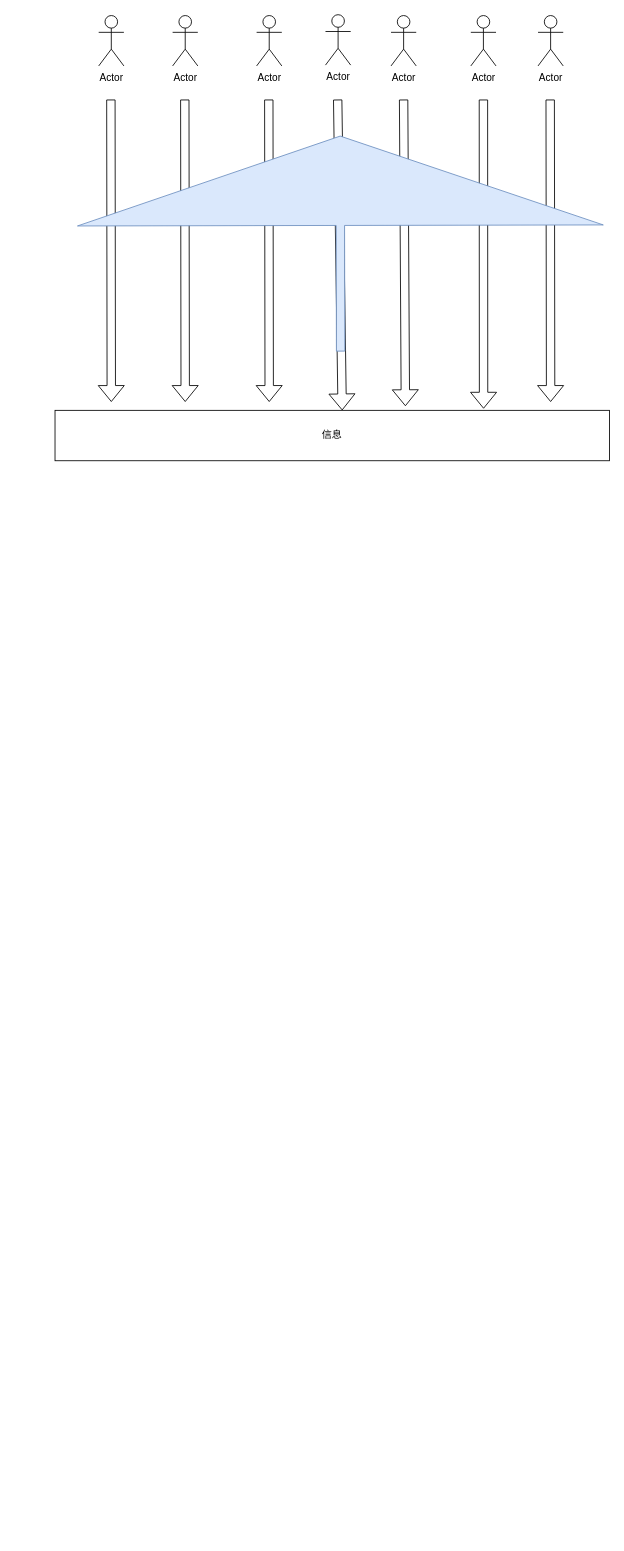
Above: page "信息交互流程" (6 of 6) of snail_process.drawio in cpu6660/knight (draw.io), before the change. Source tidied: cells renumbered, new cells numbered last; positions are measured from the earlier drawing's top-left corner, leaving out a move shared by most shapes. Both pictures are drawn from the tidied source at 84%, with x=0, y=0 at pixel (55, 14).
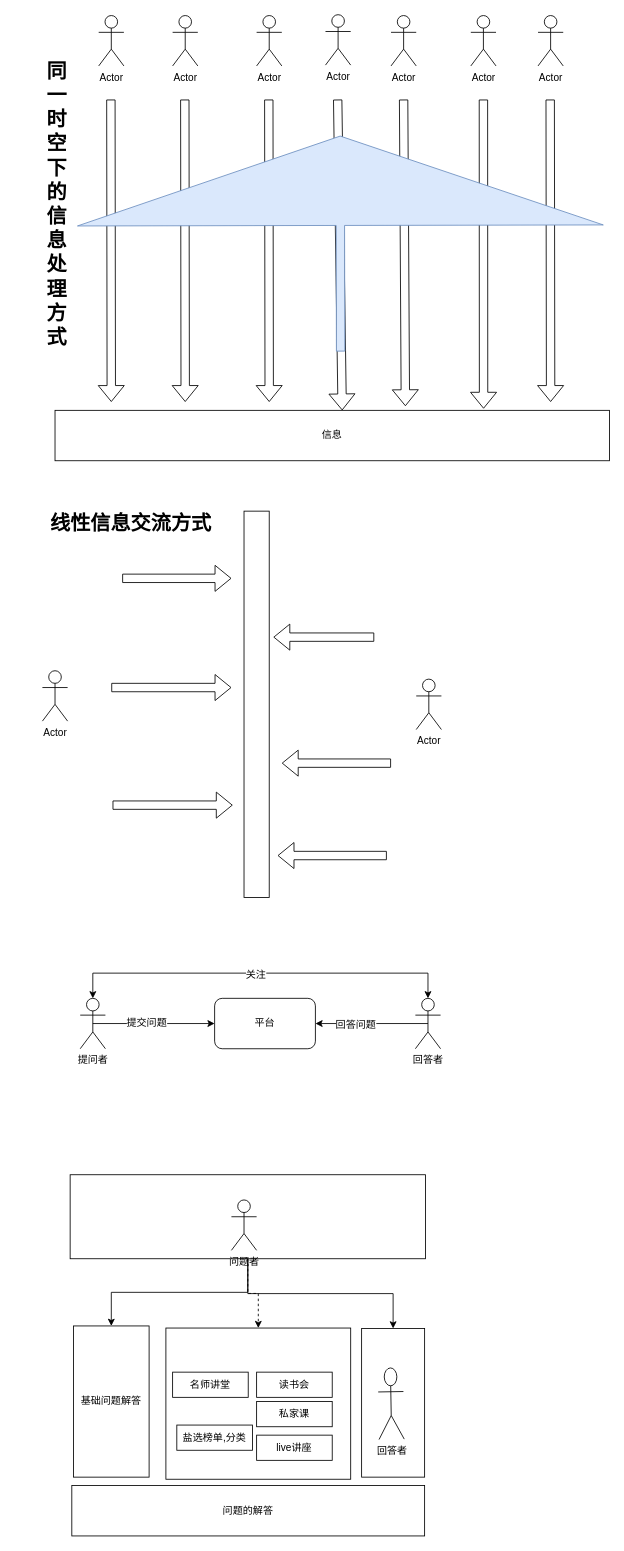
The same diagram, later.

Change to the diagram source:
```diff
@@
+    <mxCell id="18" value="同&lt;br&gt;一&lt;br&gt;时&lt;br&gt;空&lt;br&gt;下&lt;br&gt;的&lt;br&gt;信&lt;br&gt;息&lt;br&gt;处&lt;br&gt;理&lt;br&gt;方&lt;br&gt;式&lt;br&gt;" style="text;strokeColor=none;fillColor=none;html=1;fontSize=24;fontStyle=1;verticalAlign=middle;align=center;rounded=0;shadow=0;startSize=20;" parent="1" vertex="1">
+      <mxGeometry x="-48" y="1" width="100" height="450" as="geometry" />
+    </mxCell>
+    <mxCell id="19" value="Actor" style="shape=umlActor;verticalLabelPosition=bottom;labelBackgroundColor=#ffffff;verticalAlign=top;html=1;rounded=0;shadow=0;startSize=20;fillColor=none;" parent="1" vertex="1">
+      <mxGeometry x="-15" y="781" width="30" height="60" as="geometry" />
+    </mxCell>
+    <mxCell id="20" value="Actor" style="shape=umlActor;verticalLabelPosition=bottom;labelBackgroundColor=#ffffff;verticalAlign=top;html=1;rounded=0;shadow=0;startSize=20;fillColor=none;" parent="1" vertex="1">
+      <mxGeometry x="430" y="791" width="30" height="60" as="geometry" />
+    </mxCell>
+    <mxCell id="21" style="rounded=0;whiteSpace=wrap;html=1;shadow=0;startSize=20;fillColor=none;" parent="1" vertex="1">
+      <mxGeometry x="225" y="591" width="30" height="460" as="geometry" />
+    </mxCell>
+    <mxCell id="22" style="shape=flexArrow;endArrow=classic;html=1;" parent="1" edge="1">
+      <mxGeometry relative="1" as="geometry">
+        <mxPoint x="80" y="671" as="sourcePoint" />
+        <mxPoint x="210" y="671" as="targetPoint" />
+      </mxGeometry>
+    </mxCell>
+    <mxCell id="23" style="shape=flexArrow;endArrow=classic;html=1;" parent="1" edge="1">
+      <mxGeometry relative="1" as="geometry">
+        <mxPoint x="380" y="741" as="sourcePoint" />
+        <mxPoint x="260" y="741" as="targetPoint" />
+      </mxGeometry>
+    </mxCell>
+    <mxCell id="24" style="shape=flexArrow;endArrow=classic;html=1;" parent="1" edge="1">
+      <mxGeometry relative="1" as="geometry">
+        <mxPoint x="67" y="801" as="sourcePoint" />
+        <mxPoint x="210" y="801" as="targetPoint" />
+      </mxGeometry>
+    </mxCell>
+    <mxCell id="25" style="shape=flexArrow;endArrow=classic;html=1;" parent="1" edge="1">
+      <mxGeometry relative="1" as="geometry">
+        <mxPoint x="400" y="891" as="sourcePoint" />
+        <mxPoint x="270" y="891" as="targetPoint" />
+      </mxGeometry>
+    </mxCell>
+    <mxCell id="26" style="shape=flexArrow;endArrow=classic;html=1;" parent="1" edge="1">
+      <mxGeometry relative="1" as="geometry">
+        <mxPoint x="68.5" y="941" as="sourcePoint" />
+        <mxPoint x="211.5" y="941" as="targetPoint" />
+      </mxGeometry>
+    </mxCell>
+    <mxCell id="27" style="shape=flexArrow;endArrow=classic;html=1;" parent="1" edge="1">
+      <mxGeometry relative="1" as="geometry">
+        <mxPoint x="395" y="1001" as="sourcePoint" />
+        <mxPoint x="265" y="1001" as="targetPoint" />
+      </mxGeometry>
+    </mxCell>
+    <mxCell id="28" value="线性信息交流方式" style="text;strokeColor=none;fillColor=none;html=1;fontSize=24;fontStyle=1;verticalAlign=middle;align=center;rounded=0;shadow=0;startSize=20;" parent="1" vertex="1">
+      <mxGeometry x="-10" y="586" width="200" height="40" as="geometry" />
+    </mxCell>
+    <mxCell id="29" style="edgeStyle=orthogonalEdgeStyle;rounded=0;jumpStyle=sharp;jumpSize=10;jettySize=auto;html=1;exitX=0.5;exitY=0.5;exitDx=0;exitDy=0;exitPerimeter=0;startArrow=none;startFill=0;" parent="1" edge="1" source="33" target="34">
+      <mxGeometry relative="1" as="geometry" />
+    </mxCell>
+    <mxCell id="30" value="提交问题" style="text;html=1;align=center;verticalAlign=middle;labelBackgroundColor=#ffffff;" parent="29" vertex="1">
+      <mxGeometry x="-0.13" y="2" relative="1" as="geometry" />
+    </mxCell>
+    <mxCell id="31" style="edgeStyle=orthogonalEdgeStyle;rounded=0;jumpStyle=sharp;jumpSize=10;jettySize=auto;html=1;exitX=0.5;exitY=0;exitDx=0;exitDy=0;exitPerimeter=0;entryX=0.5;entryY=0;entryDx=0;entryDy=0;entryPerimeter=0;startArrow=classic;startFill=1;" parent="1" edge="1" source="33" target="37">
+      <mxGeometry relative="1" as="geometry">
+        <Array as="points">
+          <mxPoint x="45" y="1141" />
+          <mxPoint x="444" y="1141" />
+        </Array>
+      </mxGeometry>
+    </mxCell>
+    <mxCell id="32" value="关注" style="text;html=1;align=center;verticalAlign=middle;labelBackgroundColor=#ffffff;" parent="31" vertex="1">
+      <mxGeometry x="-0.03" y="-1" relative="1" as="geometry" />
+    </mxCell>
+    <mxCell id="33" value="提问者" style="shape=umlActor;verticalLabelPosition=bottom;labelBackgroundColor=#ffffff;verticalAlign=top;html=1;outlineConnect=0;rounded=0;shadow=0;startSize=20;fillColor=none;" parent="1" vertex="1">
+      <mxGeometry x="30" y="1171" width="30" height="60" as="geometry" />
+    </mxCell>
+    <mxCell id="34" value="平台" style="rounded=1;whiteSpace=wrap;html=1;shadow=0;startSize=20;fillColor=none;" parent="1" vertex="1">
+      <mxGeometry x="190" y="1171" width="120" height="60" as="geometry" />
+    </mxCell>
+    <mxCell id="35" style="edgeStyle=orthogonalEdgeStyle;rounded=0;jumpStyle=sharp;jumpSize=10;jettySize=auto;html=1;exitX=0.5;exitY=0.5;exitDx=0;exitDy=0;exitPerimeter=0;startArrow=none;startFill=0;" parent="1" edge="1" source="37" target="34">
+      <mxGeometry relative="1" as="geometry" />
+    </mxCell>
+    <mxCell id="36" value="回答问题" style="text;html=1;align=center;verticalAlign=middle;labelBackgroundColor=#ffffff;" parent="35" vertex="1">
+      <mxGeometry x="0.3" y="1" relative="1" as="geometry" />
+    </mxCell>
+    <mxCell id="37" value="回答者" style="shape=umlActor;verticalLabelPosition=bottom;labelBackgroundColor=#ffffff;verticalAlign=top;html=1;outlineConnect=0;rounded=0;shadow=0;startSize=20;fillColor=none;" parent="1" vertex="1">
+      <mxGeometry x="429" y="1171" width="30" height="60" as="geometry" />
+    </mxCell>
+    <mxCell id="38" value="问题的解答" style="rounded=0;whiteSpace=wrap;html=1;shadow=0;startSize=20;fillColor=none;" parent="1" vertex="1">
+      <mxGeometry x="20" y="1751" width="420" height="60" as="geometry" />
+    </mxCell>
+    <mxCell id="39" value="问题者" style="shape=umlActor;verticalLabelPosition=bottom;labelBackgroundColor=#ffffff;verticalAlign=top;html=1;rounded=0;shadow=0;startSize=20;fillColor=none;" parent="1" vertex="1">
+      <mxGeometry x="210" y="1411" width="30" height="60" as="geometry" />
+    </mxCell>
+    <mxCell id="40" value="基础问题解答" style="rounded=0;whiteSpace=wrap;html=1;shadow=0;startSize=20;fillColor=none;" parent="1" vertex="1">
+      <mxGeometry x="22" y="1561" width="90" height="180" as="geometry" />
+    </mxCell>
+    <mxCell id="41" value="回答者" style="shape=umlActor;verticalLabelPosition=bottom;labelBackgroundColor=#ffffff;verticalAlign=top;html=1;rounded=0;shadow=0;startSize=20;fillColor=none;rotation=-1;" parent="1" vertex="1">
+      <mxGeometry x="385" y="1611" width="30" height="85" as="geometry" />
+    </mxCell>
+    <mxCell id="42" value="名师讲堂" style="rounded=0;whiteSpace=wrap;html=1;shadow=0;startSize=20;fillColor=none;" parent="1" vertex="1">
+      <mxGeometry x="140" y="1616" width="90" height="30" as="geometry" />
+    </mxCell>
+    <mxCell id="43" value="盐选榜单,分类" style="rounded=0;whiteSpace=wrap;html=1;shadow=0;startSize=20;fillColor=none;" parent="1" vertex="1">
+      <mxGeometry x="145" y="1679" width="90" height="30" as="geometry" />
+    </mxCell>
+    <mxCell id="44" value="读书会" style="rounded=0;whiteSpace=wrap;html=1;shadow=0;startSize=20;fillColor=none;" parent="1" vertex="1">
+      <mxGeometry x="240" y="1616" width="90" height="30" as="geometry" />
+    </mxCell>
+    <mxCell id="45" value="私家课" style="rounded=0;whiteSpace=wrap;html=1;shadow=0;startSize=20;fillColor=none;" parent="1" vertex="1">
+      <mxGeometry x="240" y="1651" width="90" height="30" as="geometry" />
+    </mxCell>
+    <mxCell id="46" value="live讲座" style="rounded=0;whiteSpace=wrap;html=1;shadow=0;startSize=20;fillColor=none;" parent="1" vertex="1">
+      <mxGeometry x="240" y="1691" width="90" height="30" as="geometry" />
+    </mxCell>
+    <mxCell id="47" style="rounded=0;whiteSpace=wrap;html=1;shadow=0;startSize=20;fillColor=none;" parent="1" vertex="1">
+      <mxGeometry x="132" y="1563.5" width="220" height="180" as="geometry" />
+    </mxCell>
+    <mxCell id="48" style="rounded=0;whiteSpace=wrap;html=1;shadow=0;startSize=20;fillColor=none;" parent="1" vertex="1">
+      <mxGeometry x="365" y="1564" width="75" height="177" as="geometry" />
+    </mxCell>
+    <mxCell id="49" style="edgeStyle=orthogonalEdgeStyle;rounded=0;jumpStyle=sharp;jumpSize=10;jettySize=auto;html=1;exitX=0.5;exitY=1;exitDx=0;exitDy=0;entryX=0.5;entryY=0;entryDx=0;entryDy=0;startArrow=none;startFill=0;" parent="1" edge="1" source="52" target="40">
+      <mxGeometry relative="1" as="geometry" />
+    </mxCell>
+    <mxCell id="50" style="edgeStyle=orthogonalEdgeStyle;rounded=0;jumpStyle=sharp;jumpSize=10;jettySize=auto;html=1;exitX=0.5;exitY=1;exitDx=0;exitDy=0;entryX=0.5;entryY=0;entryDx=0;entryDy=0;startArrow=none;startFill=0;" parent="1" edge="1" source="52" target="48">
+      <mxGeometry relative="1" as="geometry" />
+    </mxCell>
+    <mxCell id="51" style="edgeStyle=orthogonalEdgeStyle;rounded=0;jumpStyle=sharp;jumpSize=10;jettySize=auto;html=1;exitX=0.5;exitY=1;exitDx=0;exitDy=0;startArrow=none;startFill=0;dashed=1;" parent="1" edge="1" source="52" target="47">
+      <mxGeometry relative="1" as="geometry" />
+    </mxCell>
+    <mxCell id="52" style="rounded=0;whiteSpace=wrap;html=1;shadow=0;startSize=20;fillColor=none;" parent="1" vertex="1">
+      <mxGeometry x="18" y="1381" width="423" height="100" as="geometry" />
+    </mxCell>
```
